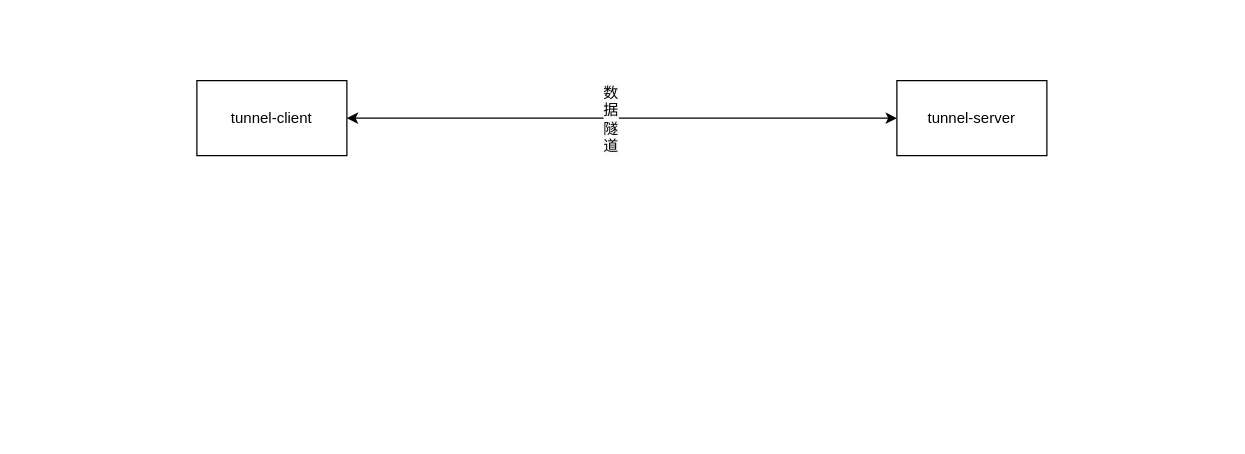
Above: 未命名绘图.drawio in c0de-me/c0de (draw.io), before the change. Source tidied: cells renumbered, new cells numbered last; positions are measured from the earlier drawing's top-left corner, leaving out a move shared by most shapes. Both pictures are drawn from the tidied source at 125%, with x=0, y=0 at pixel (196, 80).
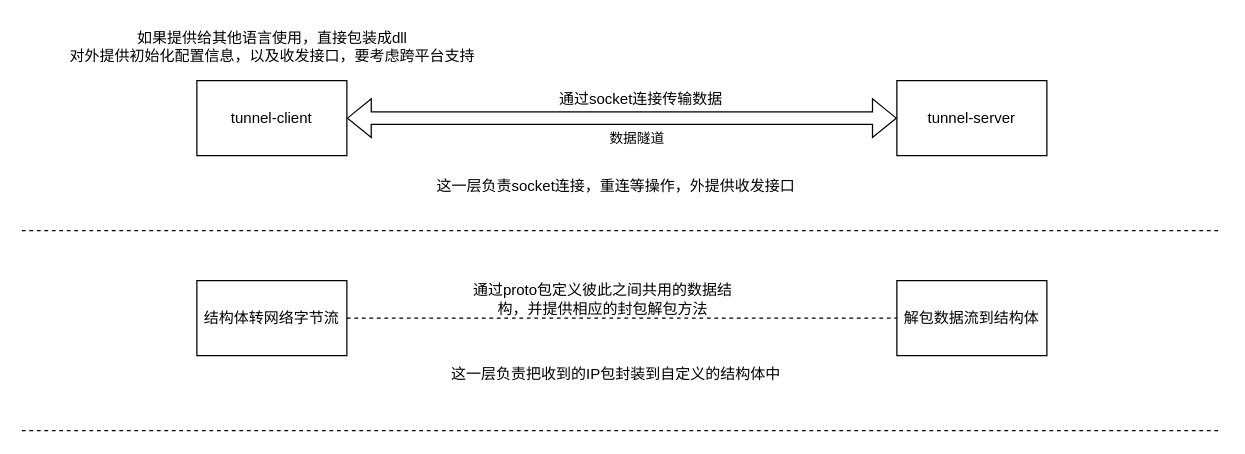
Above is the later version.

Commit message (it also covers changes not shown here):
更新未命名绘图.drawio

What changed in the source:
```diff
@@
 <mxGraphModel background="#ffffff">
   <root>
     <mxCell id="0" />
     <mxCell id="1" parent="0" />
     <mxCell id="2" value="&lt;div&gt;tunnel-client&lt;/div&gt;" style="rounded=0;whiteSpace=wrap;html=1;" parent="1" vertex="1">
       <mxGeometry width="120" height="60" as="geometry" />
     </mxCell>
     <mxCell id="3" value="&lt;div&gt;tunnel-server&lt;/div&gt;" style="rounded=0;whiteSpace=wrap;html=1;" parent="1" vertex="1">
       <mxGeometry x="560" width="120" height="60" as="geometry" />
     </mxCell>
-    <mxCell id="4" style="endArrow=classic;startArrow=classic;html=1;rounded=0;exitX=1;exitY=0.5;exitDx=0;exitDy=0;entryX=0;entryY=0.5;entryDx=0;entryDy=0;" parent="1" edge="1" source="2" target="3">
-      <mxGeometry relative="1" as="geometry" />
-    </mxCell>
+    <mxCell id="6" value="结构体转网络字节流" style="rounded=0;whiteSpace=wrap;html=1;" parent="1" vertex="1">
+      <mxGeometry y="160" width="120" height="60" as="geometry" />
+    </mxCell>
+    <mxCell id="7" value="解包数据流到结构体" style="rounded=0;whiteSpace=wrap;html=1;" parent="1" vertex="1">
+      <mxGeometry x="560" y="160" width="120" height="60" as="geometry" />
+    </mxCell>
+    <mxCell id="8" style="endArrow=none;dashed=1;html=1;rounded=0;" parent="1" edge="1">
+      <mxGeometry relative="1" as="geometry">
+        <mxPoint x="-140" y="120" as="sourcePoint" />
+        <mxPoint x="820" y="120" as="targetPoint" />
+      </mxGeometry>
+    </mxCell>
+    <mxCell id="9" style="shape=flexArrow;endArrow=classic;startArrow=classic;html=1;rounded=0;exitX=1;exitY=0.5;exitDx=0;exitDy=0;entryX=0;entryY=0.5;entryDx=0;entryDy=0;" parent="1" edge="1">
+      <mxGeometry relative="1" as="geometry">
+        <mxPoint x="120" y="30" as="sourcePoint" />
+        <mxPoint x="560" y="30" as="targetPoint" />
+      </mxGeometry>
+    </mxCell>
-    <mxCell id="5" value="&lt;span style=&quot;font-size: 12px; text-wrap: wrap; background-color: rgb(251, 251, 251);&quot;&gt;数据隧道&lt;/span&gt;" style="edgeLabel;html=1;align=center;verticalAlign=middle;" parent="4" vertex="1">
-      <mxGeometry x="-0.12" relative="1" as="geometry">
-        <mxPoint x="16" as="offset" />
+    <mxCell id="5" value="数据隧道" style="edgeLabel;html=1;align=center;verticalAlign=middle;" parent="9" vertex="1">
+      <mxGeometry x="-0.02" y="-3" relative="1" as="geometry">
+        <mxPoint x="15" y="12" as="offset" />
       </mxGeometry>
     </mxCell>
+    <mxCell id="10" value="通过socket连接传输数据" style="text;html=1;align=center;verticalAlign=middle;strokeColor=none;fillColor=none;" parent="1" vertex="1">
+      <mxGeometry x="280" width="150" height="30" as="geometry" />
+    </mxCell>
+    <mxCell id="11" style="endArrow=none;dashed=1;html=1;rounded=0;exitX=1;exitY=0.5;exitDx=0;exitDy=0;entryX=0;entryY=0.5;entryDx=0;entryDy=0;" parent="1" edge="1" source="6" target="7">
+      <mxGeometry relative="1" as="geometry" />
+    </mxCell>
+    <mxCell id="12" value="通过proto包定义彼此之间共用的数据结构，并提供相应的封包解包方法" style="text;html=1;align=center;verticalAlign=middle;whiteSpace=wrap;rounded=0;" parent="1" vertex="1">
+      <mxGeometry x="210" y="160" width="230" height="30" as="geometry" />
+    </mxCell>
+    <mxCell id="13" style="endArrow=none;dashed=1;html=1;rounded=0;" parent="1" edge="1">
+      <mxGeometry relative="1" as="geometry">
+        <mxPoint x="-140" y="280" as="sourcePoint" />
+        <mxPoint x="820" y="280" as="targetPoint" />
+      </mxGeometry>
+    </mxCell>
+    <mxCell id="14" value="这一层负责把收到的IP包封装到自定义的结构体中" style="text;html=1;align=center;verticalAlign=middle;strokeColor=none;fillColor=none;" parent="1" vertex="1">
+      <mxGeometry x="190" y="220" width="290" height="30" as="geometry" />
+    </mxCell>
+    <mxCell id="15" value="这一层负责socket连接，重连等操作，外提供收发接口" style="text;html=1;align=center;verticalAlign=middle;strokeColor=none;fillColor=none;" parent="1" vertex="1">
+      <mxGeometry x="180" y="70" width="310" height="30" as="geometry" />
+    </mxCell>
+    <mxCell id="16" value="如果提供给其他语言使用，直接包装成dll&lt;div&gt;对外提供初始化配置信息，以及收发接口，要考虑跨平台支持&lt;/div&gt;" style="text;html=1;align=center;verticalAlign=middle;strokeColor=none;fillColor=none;" parent="1" vertex="1">
+      <mxGeometry x="-115" y="-47" width="350" height="40" as="geometry" />
+    </mxCell>
   </root>
 </mxGraphModel>
```
